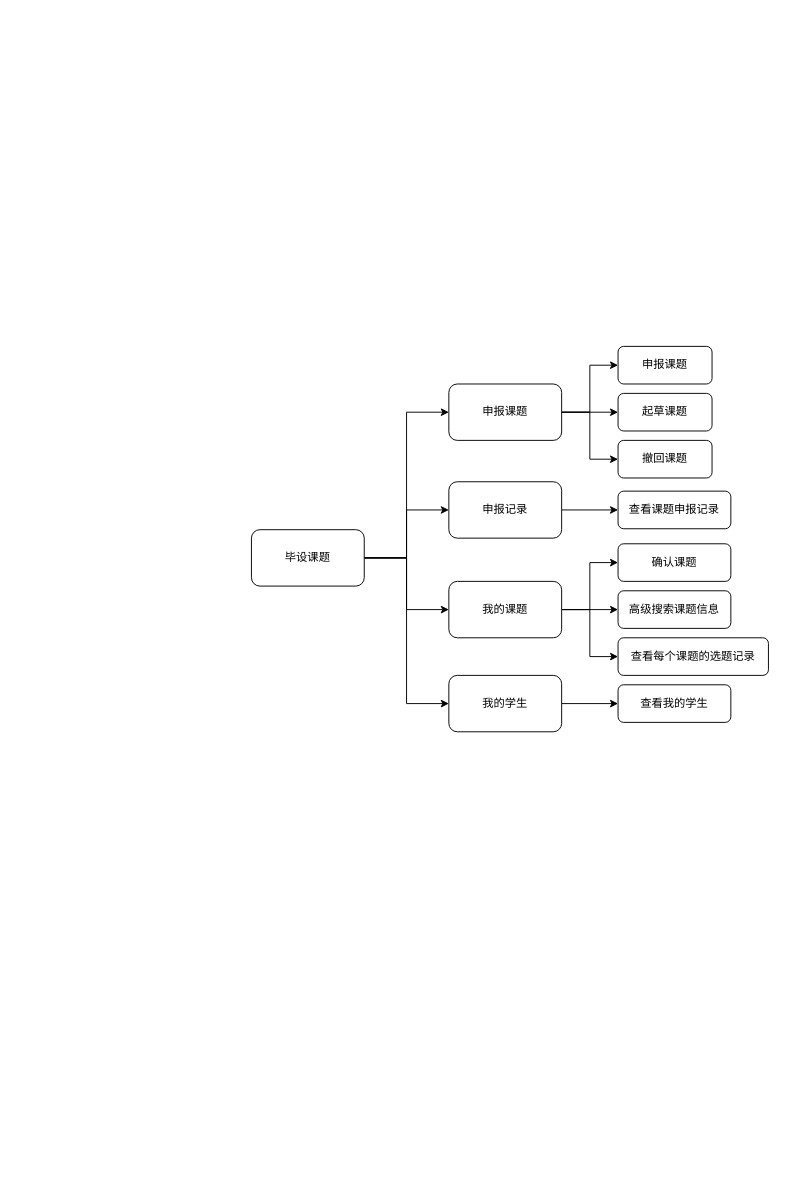
The draw.io diagram page "毕设管理系统" (1 of 11) of 毕设管理系统/功能层次图.drawio in FdfGithub/drawio, before the edit. Source tidied: cells renumbered, new cells numbered last; positions are measured from the earlier drawing's top-left corner, leaving out a move shared by most shapes. Both pictures are drawn from the tidied source at 94%, with x=0, y=0 at pixel (251, 346).
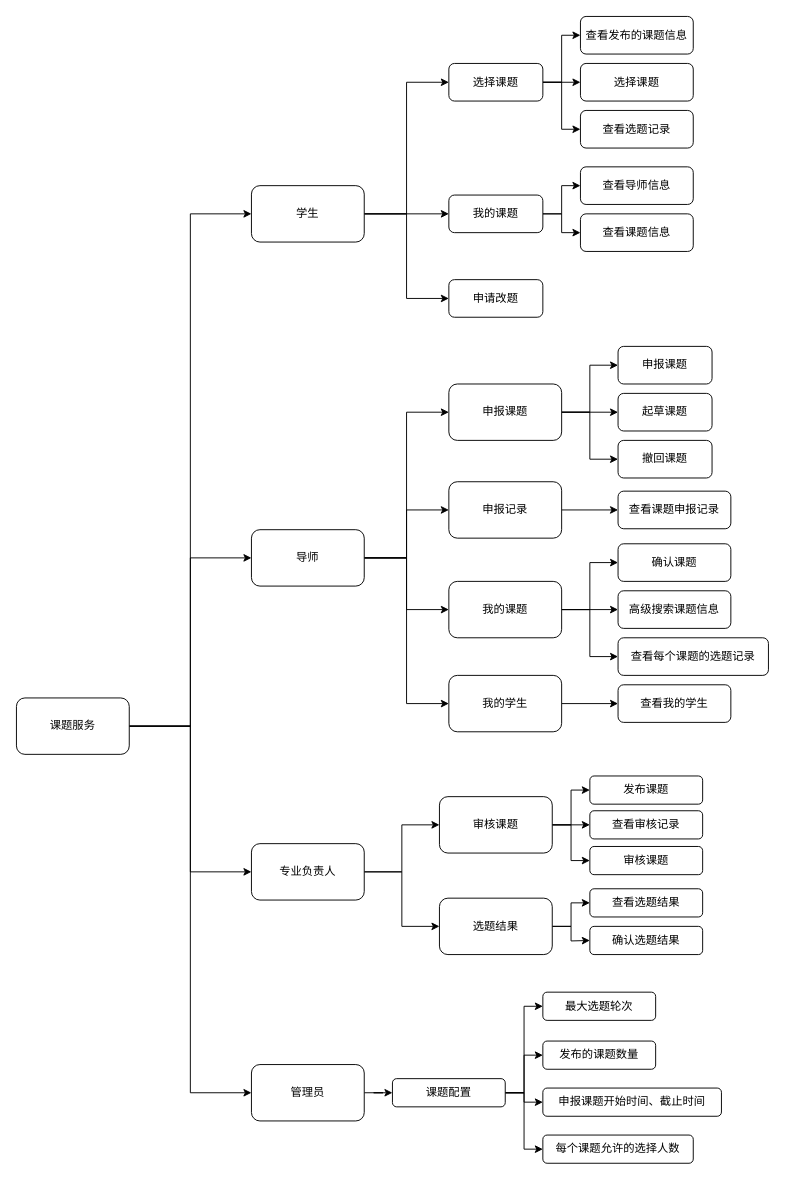
After the change.

Commit message:
更新功能层次图.drawio

Change to the diagram source:
```diff
@@
-    <mxCell id="6" value="毕设课题" style="rounded=1;whiteSpace=wrap;html=1;" parent="1" vertex="1">
+    <mxCell id="6" value="导师" style="rounded=1;whiteSpace=wrap;html=1;" parent="1" vertex="1">
       <mxGeometry y="195" width="120" height="60" as="geometry" />
     </mxCell>
@@
+    <mxCell id="27" style="edgeStyle=orthogonalEdgeStyle;rounded=0;jettySize=auto;html=1;entryX=0;entryY=0.5;entryDx=0;entryDy=0;" parent="1" edge="1" source="29" target="37">
+      <mxGeometry relative="1" as="geometry" />
+    </mxCell>
+    <mxCell id="28" style="edgeStyle=orthogonalEdgeStyle;rounded=0;jettySize=auto;html=1;entryX=0;entryY=0.5;entryDx=0;entryDy=0;" parent="1" edge="1" source="29" target="40">
+      <mxGeometry relative="1" as="geometry" />
+    </mxCell>
+    <mxCell id="29" value="专业负责人" style="rounded=1;whiteSpace=wrap;html=1;" parent="1" vertex="1">
+      <mxGeometry y="529" width="120" height="60" as="geometry" />
+    </mxCell>
+    <mxCell id="30" style="edgeStyle=orthogonalEdgeStyle;rounded=0;jettySize=auto;html=1;" parent="1" edge="1" source="33" target="55">
+      <mxGeometry relative="1" as="geometry" />
+    </mxCell>
+    <mxCell id="31" style="edgeStyle=orthogonalEdgeStyle;rounded=0;jettySize=auto;html=1;entryX=0;entryY=0.5;entryDx=0;entryDy=0;" parent="1" edge="1" source="33" target="49">
+      <mxGeometry relative="1" as="geometry" />
+    </mxCell>
+    <mxCell id="32" style="edgeStyle=orthogonalEdgeStyle;rounded=0;jettySize=auto;html=1;entryX=0;entryY=0.5;entryDx=0;entryDy=0;" parent="1" edge="1" source="33" target="58">
+      <mxGeometry relative="1" as="geometry" />
+    </mxCell>
+    <mxCell id="33" value="学生" style="rounded=1;whiteSpace=wrap;html=1;" parent="1" vertex="1">
+      <mxGeometry y="-171" width="120" height="60" as="geometry" />
+    </mxCell>
+    <mxCell id="34" style="edgeStyle=orthogonalEdgeStyle;rounded=0;jettySize=auto;html=1;entryX=0;entryY=0.5;entryDx=0;entryDy=0;" parent="1" edge="1" source="37" target="41">
+      <mxGeometry relative="1" as="geometry" />
+    </mxCell>
+    <mxCell id="35" style="edgeStyle=orthogonalEdgeStyle;rounded=0;jettySize=auto;html=1;entryX=0;entryY=0.5;entryDx=0;entryDy=0;" parent="1" edge="1" source="37" target="42">
+      <mxGeometry relative="1" as="geometry" />
+    </mxCell>
+    <mxCell id="36" style="edgeStyle=orthogonalEdgeStyle;rounded=0;jettySize=auto;html=1;entryX=0;entryY=0.5;entryDx=0;entryDy=0;" parent="1" edge="1" source="37" target="44">
+      <mxGeometry relative="1" as="geometry" />
+    </mxCell>
+    <mxCell id="37" value="审核课题" style="rounded=1;whiteSpace=wrap;html=1;" parent="1" vertex="1">
+      <mxGeometry x="200" y="479" width="120" height="60" as="geometry" />
+    </mxCell>
+    <mxCell id="38" style="edgeStyle=orthogonalEdgeStyle;rounded=0;jettySize=auto;html=1;entryX=0;entryY=0.5;entryDx=0;entryDy=0;" parent="1" edge="1" source="40" target="43">
+      <mxGeometry relative="1" as="geometry" />
+    </mxCell>
+    <mxCell id="39" style="edgeStyle=orthogonalEdgeStyle;rounded=0;jettySize=auto;html=1;" parent="1" edge="1" source="40">
+      <mxGeometry relative="1" as="geometry">
+        <mxPoint x="360" y="632" as="targetPoint" />
+      </mxGeometry>
+    </mxCell>
+    <mxCell id="40" value="选题结果" style="rounded=1;whiteSpace=wrap;html=1;" parent="1" vertex="1">
+      <mxGeometry x="200" y="587" width="120" height="60" as="geometry" />
+    </mxCell>
+    <mxCell id="41" value="查看审核记录" style="rounded=1;whiteSpace=wrap;html=1;" parent="1" vertex="1">
+      <mxGeometry x="360" y="494" width="120" height="30" as="geometry" />
+    </mxCell>
+    <mxCell id="42" value="审核课题" style="rounded=1;whiteSpace=wrap;html=1;" parent="1" vertex="1">
+      <mxGeometry x="360" y="532" width="120" height="30" as="geometry" />
+    </mxCell>
+    <mxCell id="43" value="查看选题结果" style="rounded=1;whiteSpace=wrap;html=1;" parent="1" vertex="1">
+      <mxGeometry x="360" y="577" width="120" height="30" as="geometry" />
+    </mxCell>
+    <mxCell id="44" value="发布课题" style="rounded=1;whiteSpace=wrap;html=1;" parent="1" vertex="1">
+      <mxGeometry x="360" y="457" width="120" height="30" as="geometry" />
+    </mxCell>
+    <mxCell id="45" value="确认选题结果" style="rounded=1;whiteSpace=wrap;html=1;" parent="1" vertex="1">
+      <mxGeometry x="360" y="617" width="120" height="30" as="geometry" />
+    </mxCell>
+    <mxCell id="46" style="edgeStyle=orthogonalEdgeStyle;rounded=0;jettySize=auto;html=1;" parent="1" edge="1" source="49" target="51">
+      <mxGeometry relative="1" as="geometry" />
+    </mxCell>
+    <mxCell id="47" style="edgeStyle=orthogonalEdgeStyle;rounded=0;jettySize=auto;html=1;entryX=0;entryY=0.5;entryDx=0;entryDy=0;" parent="1" edge="1" source="49" target="50">
+      <mxGeometry relative="1" as="geometry" />
+    </mxCell>
+    <mxCell id="48" style="edgeStyle=orthogonalEdgeStyle;rounded=0;jettySize=auto;html=1;entryX=0;entryY=0.5;entryDx=0;entryDy=0;" parent="1" edge="1" source="49" target="52">
+      <mxGeometry relative="1" as="geometry" />
+    </mxCell>
+    <mxCell id="49" value="选择课题" style="rounded=1;whiteSpace=wrap;html=1;" parent="1" vertex="1">
+      <mxGeometry x="210" y="-301" width="100" height="40" as="geometry" />
+    </mxCell>
+    <mxCell id="50" value="查看发布的课题信息" style="rounded=1;whiteSpace=wrap;html=1;" parent="1" vertex="1">
+      <mxGeometry x="350" y="-351" width="120" height="40" as="geometry" />
+    </mxCell>
+    <mxCell id="51" value="选择课题" style="rounded=1;whiteSpace=wrap;html=1;" parent="1" vertex="1">
+      <mxGeometry x="350" y="-301" width="120" height="40" as="geometry" />
+    </mxCell>
+    <mxCell id="52" value="查看选题记录" style="rounded=1;whiteSpace=wrap;html=1;" parent="1" vertex="1">
+      <mxGeometry x="350" y="-251" width="120" height="40" as="geometry" />
+    </mxCell>
+    <mxCell id="53" style="edgeStyle=orthogonalEdgeStyle;rounded=0;jettySize=auto;html=1;" parent="1" edge="1" source="55" target="56">
+      <mxGeometry relative="1" as="geometry" />
+    </mxCell>
+    <mxCell id="54" style="edgeStyle=orthogonalEdgeStyle;rounded=0;jettySize=auto;html=1;" parent="1" edge="1" source="55" target="57">
+      <mxGeometry relative="1" as="geometry" />
+    </mxCell>
+    <mxCell id="55" value="我的课题" style="rounded=1;whiteSpace=wrap;html=1;" parent="1" vertex="1">
+      <mxGeometry x="210" y="-161" width="100" height="40" as="geometry" />
+    </mxCell>
+    <mxCell id="56" value="查看导师信息" style="rounded=1;whiteSpace=wrap;html=1;" parent="1" vertex="1">
+      <mxGeometry x="350" y="-191" width="120" height="40" as="geometry" />
+    </mxCell>
+    <mxCell id="57" value="查看课题信息" style="rounded=1;whiteSpace=wrap;html=1;" parent="1" vertex="1">
+      <mxGeometry x="350" y="-141" width="120" height="40" as="geometry" />
+    </mxCell>
+    <mxCell id="58" value="申请改题" style="rounded=1;whiteSpace=wrap;html=1;" parent="1" vertex="1">
+      <mxGeometry x="210" y="-71" width="100" height="40" as="geometry" />
+    </mxCell>
+    <mxCell id="59" style="edgeStyle=orthogonalEdgeStyle;rounded=0;jettySize=auto;html=1;entryX=0;entryY=0.5;entryDx=0;entryDy=0;" parent="1" edge="1" source="60" target="65">
+      <mxGeometry relative="1" as="geometry" />
+    </mxCell>
+    <mxCell id="60" value="管理员" style="rounded=1;whiteSpace=wrap;html=1;" parent="1" vertex="1">
+      <mxGeometry y="764" width="120" height="60" as="geometry" />
+    </mxCell>
+    <mxCell id="61" style="edgeStyle=orthogonalEdgeStyle;rounded=0;jettySize=auto;html=1;entryX=0;entryY=0.5;entryDx=0;entryDy=0;" parent="1" edge="1" source="65" target="66">
+      <mxGeometry relative="1" as="geometry" />
+    </mxCell>
+    <mxCell id="62" style="edgeStyle=orthogonalEdgeStyle;rounded=0;jettySize=auto;html=1;entryX=0;entryY=0.5;entryDx=0;entryDy=0;" parent="1" edge="1" source="65" target="67">
+      <mxGeometry relative="1" as="geometry" />
+    </mxCell>
+    <mxCell id="63" style="edgeStyle=orthogonalEdgeStyle;rounded=0;jettySize=auto;html=1;" parent="1" edge="1" source="65" target="68">
+      <mxGeometry relative="1" as="geometry" />
+    </mxCell>
+    <mxCell id="64" style="edgeStyle=orthogonalEdgeStyle;rounded=0;jettySize=auto;html=1;entryX=0;entryY=0.5;entryDx=0;entryDy=0;" parent="1" edge="1" source="65" target="69">
+      <mxGeometry relative="1" as="geometry" />
+    </mxCell>
+    <mxCell id="65" value="课题配置" style="rounded=1;whiteSpace=wrap;html=1;" parent="1" vertex="1">
+      <mxGeometry x="150" y="779" width="120" height="30" as="geometry" />
+    </mxCell>
+    <mxCell id="66" value="最大选题轮次" style="rounded=1;whiteSpace=wrap;html=1;" parent="1" vertex="1">
+      <mxGeometry x="310" y="687" width="120" height="30" as="geometry" />
+    </mxCell>
+    <mxCell id="67" value="发布的课题数量" style="rounded=1;whiteSpace=wrap;html=1;" parent="1" vertex="1">
+      <mxGeometry x="310" y="739" width="120" height="30" as="geometry" />
+    </mxCell>
+    <mxCell id="68" value="申报课题开始时间、截止时间" style="rounded=1;whiteSpace=wrap;html=1;" parent="1" vertex="1">
+      <mxGeometry x="310" y="789" width="190" height="30" as="geometry" />
+    </mxCell>
+    <mxCell id="69" value="每个课题允许的选择人数" style="rounded=1;whiteSpace=wrap;html=1;" parent="1" vertex="1">
+      <mxGeometry x="310" y="839" width="160" height="30" as="geometry" />
+    </mxCell>
+    <mxCell id="70" style="edgeStyle=orthogonalEdgeStyle;rounded=0;jettySize=auto;html=1;entryX=0;entryY=0.5;entryDx=0;entryDy=0;" parent="1" edge="1" source="74" target="33">
+      <mxGeometry relative="1" as="geometry" />
+    </mxCell>
+    <mxCell id="71" style="edgeStyle=orthogonalEdgeStyle;rounded=0;jettySize=auto;html=1;entryX=0;entryY=0.5;entryDx=0;entryDy=0;" parent="1" edge="1" source="74" target="6">
+      <mxGeometry relative="1" as="geometry" />
+    </mxCell>
+    <mxCell id="72" style="edgeStyle=orthogonalEdgeStyle;rounded=0;jettySize=auto;html=1;entryX=0;entryY=0.5;entryDx=0;entryDy=0;" parent="1" edge="1" source="74" target="29">
+      <mxGeometry relative="1" as="geometry" />
+    </mxCell>
+    <mxCell id="73" style="edgeStyle=orthogonalEdgeStyle;rounded=0;jettySize=auto;html=1;entryX=0;entryY=0.5;entryDx=0;entryDy=0;" parent="1" edge="1" source="74" target="60">
+      <mxGeometry relative="1" as="geometry" />
+    </mxCell>
+    <mxCell id="74" value="课题服务" style="rounded=1;whiteSpace=wrap;html=1;" parent="1" vertex="1">
+      <mxGeometry x="-250" y="374" width="120" height="60" as="geometry" />
+    </mxCell>
```
